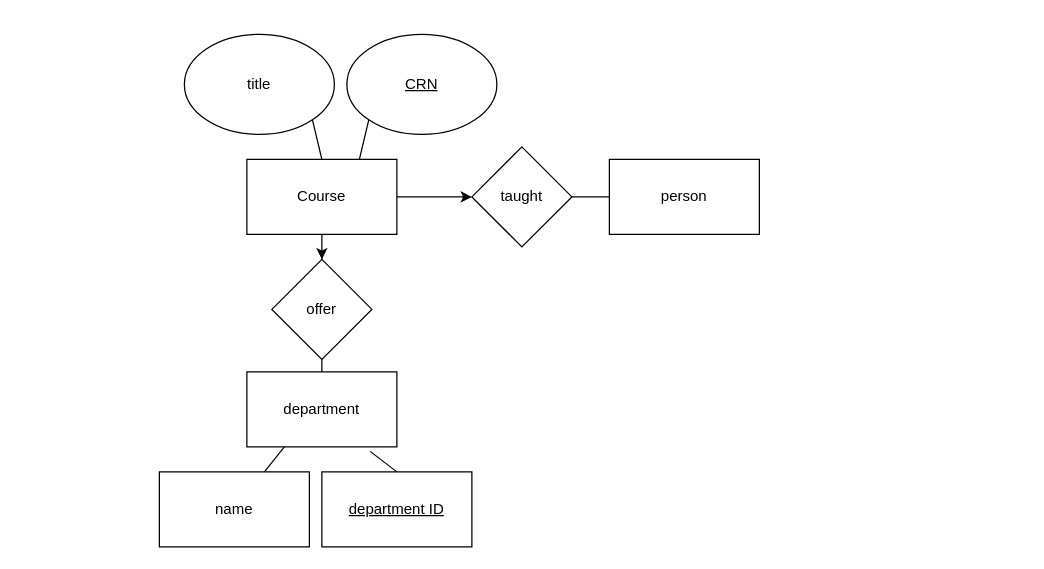
Earlier version of the draw.io diagram DB_HW2_Part1.drawio (lindanceleaf/DB). Source tidied: cells renumbered, new cells numbered last; positions are measured from the earlier drawing's top-left corner, leaving out a move shared by most shapes. Both pictures are drawn from the tidied source at 125%, with x=0, y=0 at pixel (159, 34).
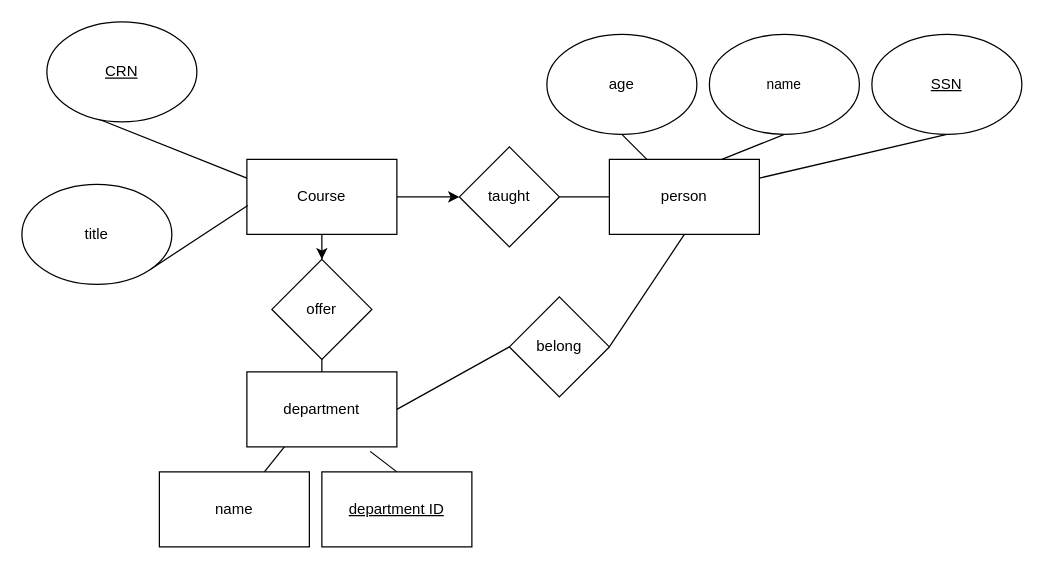
The same page after the edit.

The change refers to these unchanged cells:
```xml
<mxCell id="4" value="Course" style="rounded=0;whiteSpace=wrap;html=1;" parent="1" vertex="1">
  <mxGeometry x="70" y="100" width="120" height="60" as="geometry" />
</mxCell>
<mxCell id="10" value="person&lt;br&gt;" style="whiteSpace=wrap;html=1;" parent="1" vertex="1">
  <mxGeometry x="360" y="100" width="120" height="60" as="geometry" />
</mxCell>
<mxCell id="12" value="department" style="whiteSpace=wrap;html=1;" parent="1" vertex="1">
  <mxGeometry x="70" y="270" width="120" height="60" as="geometry" />
</mxCell>
```

Diff of the diagram source:
```diff
@@
-    <mxCell id="5" style="rounded=0;jettySize=auto;html=1;exitX=1;exitY=1;exitDx=0;exitDy=0;entryX=0.5;entryY=0;entryDx=0;entryDy=0;strokeColor=default;endArrow=none;endFill=0;" parent="1" edge="1" source="6" target="4">
+    <mxCell id="5" style="rounded=0;jettySize=auto;html=1;exitX=1;exitY=1;exitDx=0;exitDy=0;entryX=0.006;entryY=0.614;entryDx=0;entryDy=0;strokeColor=default;endArrow=none;endFill=0;entryPerimeter=0;" parent="1" edge="1" source="6" target="4">
       <mxGeometry relative="1" as="geometry" />
     </mxCell>
     <mxCell id="6" value="title" style="ellipse;whiteSpace=wrap;html=1;" parent="1" vertex="1">
-      <mxGeometry x="20" width="120" height="80" as="geometry" />
+      <mxGeometry x="-110" y="120" width="120" height="80" as="geometry" />
     </mxCell>
-    <mxCell id="7" style="rounded=0;jettySize=auto;html=1;exitX=0;exitY=1;exitDx=0;exitDy=0;entryX=0.75;entryY=0;entryDx=0;entryDy=0;endArrow=none;endFill=0;" parent="1" edge="1" source="8" target="4">
+    <mxCell id="7" style="rounded=0;jettySize=auto;html=1;exitX=0;exitY=1;exitDx=0;exitDy=0;entryX=0;entryY=0.25;entryDx=0;entryDy=0;endArrow=none;endFill=0;" parent="1" edge="1" source="8" target="4">
       <mxGeometry relative="1" as="geometry" />
     </mxCell>
     <mxCell id="8" value="&lt;u&gt;CRN&lt;/u&gt;" style="ellipse;whiteSpace=wrap;html=1;" parent="1" vertex="1">
-      <mxGeometry x="150" width="120" height="80" as="geometry" />
+      <mxGeometry x="-90" y="-10" width="120" height="80" as="geometry" />
     </mxCell>
@@
+    <mxCell id="19" style="edgeStyle=none;shape=connector;rounded=0;jettySize=auto;html=1;exitX=1;exitY=0.5;exitDx=0;exitDy=0;entryX=0;entryY=0.5;entryDx=0;entryDy=0;labelBackgroundColor=default;strokeColor=default;fontFamily=Helvetica;fontSize=11;fontColor=default;endArrow=none;endFill=0;" parent="1" edge="1" source="12" target="27">
+      <mxGeometry relative="1" as="geometry" />
+    </mxCell>
@@
     <mxCell id="14" value="taught" style="rhombus;whiteSpace=wrap;html=1;" parent="1" vertex="1">
-      <mxGeometry x="250" y="90" width="80" height="80" as="geometry" />
+      <mxGeometry x="240" y="90" width="80" height="80" as="geometry" />
     </mxCell>
@@
+    <mxCell id="20" style="rounded=0;jettySize=auto;html=1;exitX=0.5;exitY=1;exitDx=0;exitDy=0;entryX=0.25;entryY=0;entryDx=0;entryDy=0;endArrow=none;endFill=0;" parent="1" edge="1" source="21" target="10">
+      <mxGeometry relative="1" as="geometry" />
+    </mxCell>
+    <mxCell id="21" value="age" style="ellipse;whiteSpace=wrap;html=1;" parent="1" vertex="1">
+      <mxGeometry x="310" width="120" height="80" as="geometry" />
+    </mxCell>
+    <mxCell id="22" style="edgeStyle=none;shape=connector;rounded=0;jettySize=auto;html=1;exitX=0.5;exitY=1;exitDx=0;exitDy=0;entryX=0.75;entryY=0;entryDx=0;entryDy=0;labelBackgroundColor=default;strokeColor=default;fontFamily=Helvetica;fontSize=11;fontColor=default;endArrow=none;endFill=0;" parent="1" edge="1" source="23" target="10">
+      <mxGeometry relative="1" as="geometry" />
+    </mxCell>
+    <mxCell id="23" value="name" style="ellipse;whiteSpace=wrap;html=1;labelBackgroundColor=default;endArrow=none;fontSize=11;rounded=0;endFill=0;" parent="1" vertex="1">
+      <mxGeometry x="440" width="120" height="80" as="geometry" />
+    </mxCell>
+    <mxCell id="24" style="edgeStyle=none;shape=connector;rounded=0;jettySize=auto;html=1;exitX=0.5;exitY=1;exitDx=0;exitDy=0;entryX=1;entryY=0.25;entryDx=0;entryDy=0;labelBackgroundColor=default;strokeColor=default;fontFamily=Helvetica;fontSize=11;fontColor=default;endArrow=none;endFill=0;" parent="1" edge="1" source="25" target="10">
+      <mxGeometry relative="1" as="geometry" />
+    </mxCell>
+    <mxCell id="25" value="&lt;u&gt;SSN&lt;/u&gt;" style="ellipse;whiteSpace=wrap;html=1;" parent="1" vertex="1">
+      <mxGeometry x="570" width="120" height="80" as="geometry" />
+    </mxCell>
+    <mxCell id="26" style="edgeStyle=none;shape=connector;rounded=0;jettySize=auto;html=1;exitX=1;exitY=0.5;exitDx=0;exitDy=0;entryX=0.5;entryY=1;entryDx=0;entryDy=0;labelBackgroundColor=default;strokeColor=default;fontFamily=Helvetica;fontSize=11;fontColor=default;endArrow=none;endFill=0;" parent="1" edge="1" source="27" target="10">
+      <mxGeometry relative="1" as="geometry" />
+    </mxCell>
+    <mxCell id="27" value="belong" style="rhombus;whiteSpace=wrap;html=1;" parent="1" vertex="1">
+      <mxGeometry x="280" y="210" width="80" height="80" as="geometry" />
+    </mxCell>
```
